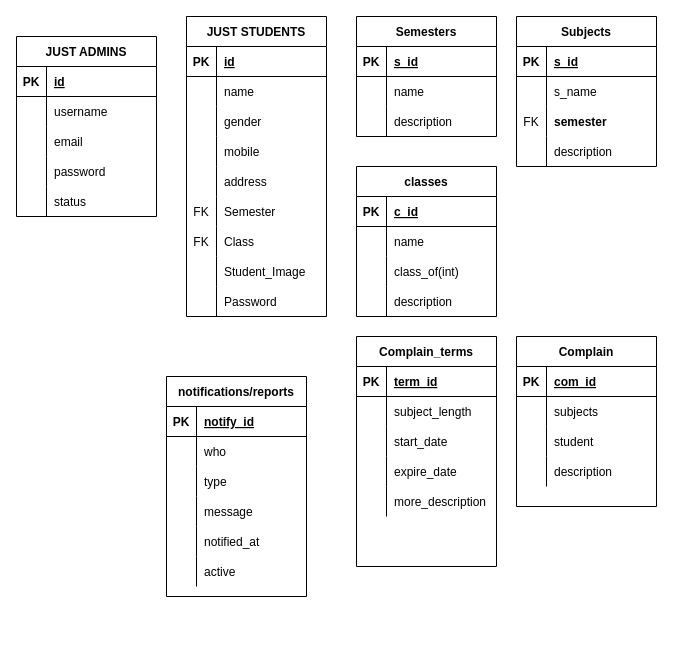
Earlier version of the draw.io diagram JUST EXAM COMPLIENCE.drawio (ENG-CJ/exam-complaining-app). Source tidied: cells renumbered, new cells numbered last; positions are measured from the earlier drawing's top-left corner, leaving out a move shared by most shapes. Both pictures are drawn from the tidied source at 100%, with x=0, y=0 at pixel (16, 16).
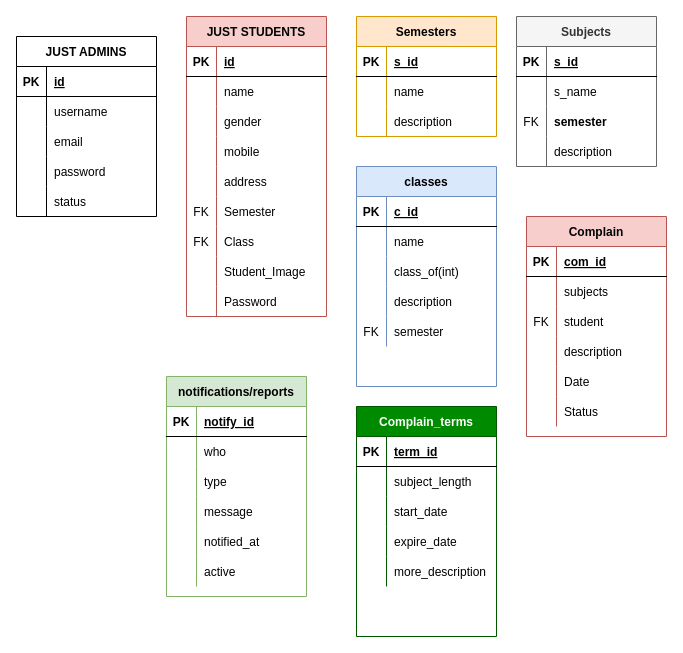
The same diagram, later.

Unchanged cells that the change refers to:
```xml
<mxCell id="76" style="shape=partialRectangle;fillColor=none;top=0;left=0;bottom=0;right=0;" parent="69" vertex="1">
  <mxGeometry y="90" width="140" height="30" as="geometry" />
</mxCell>
```

Change to the diagram source:
```diff
@@
-    <mxCell id="18" value="JUST STUDENTS" style="shape=table;startSize=30;childLayout=tableLayout;rowLines=0;fontStyle=1;align=center;" parent="1" vertex="1">
+    <mxCell id="18" value="JUST STUDENTS" style="shape=table;startSize=30;childLayout=tableLayout;rowLines=0;fontStyle=1;align=center;fillColor=#f8cecc;strokeColor=#b85450;" parent="1" vertex="1">
       <mxGeometry x="170" width="140" height="300" as="geometry" />
     </mxCell>
@@
-    <mxCell id="46" value="Semesters" style="shape=table;startSize=30;childLayout=tableLayout;rowLines=0;fontStyle=1;align=center;" parent="1" vertex="1">
+    <mxCell id="46" value="Semesters" style="shape=table;startSize=30;childLayout=tableLayout;rowLines=0;fontStyle=1;align=center;fillColor=#ffe6cc;strokeColor=#d79b00;" parent="1" vertex="1">
       <mxGeometry x="340" width="140" height="120" as="geometry" />
     </mxCell>
@@
-    <mxCell id="56" value="Subjects" style="shape=table;startSize=30;childLayout=tableLayout;rowLines=0;fontStyle=1;align=center;" parent="1" vertex="1">
+    <mxCell id="56" value="Subjects" style="shape=table;startSize=30;childLayout=tableLayout;rowLines=0;fontStyle=1;align=center;fillColor=#f5f5f5;strokeColor=#666666;fontColor=#333333;" parent="1" vertex="1">
       <mxGeometry x="500" width="140" height="150" as="geometry" />
     </mxCell>
@@
-    <mxCell id="69" value="Complain" style="shape=table;startSize=30;childLayout=tableLayout;rowLines=0;fontStyle=1;align=center;" parent="1" vertex="1">
-      <mxGeometry x="500" y="320" width="140" height="170" as="geometry" />
+    <mxCell id="69" value="Complain" style="shape=table;startSize=30;childLayout=tableLayout;rowLines=0;fontStyle=1;align=center;fillColor=#f8cecc;strokeColor=#b85450;" parent="1" vertex="1">
+      <mxGeometry x="510" y="200" width="140" height="220" as="geometry" />
     </mxCell>
@@
-    <mxCell id="77" style="shape=partialRectangle;fillColor=none;top=0;left=0;bottom=0;right=0;overflow=hidden;" parent="76" vertex="1">
+    <mxCell id="77" value="FK" style="shape=partialRectangle;fillColor=none;top=0;left=0;bottom=0;right=0;overflow=hidden;" parent="76" vertex="1">
       <mxGeometry width="30" height="30" as="geometry" />
     </mxCell>
@@
+    <mxCell id="130" style="shape=partialRectangle;fillColor=none;top=0;left=0;bottom=0;right=0;" parent="69" vertex="1">
+      <mxGeometry y="150" width="140" height="30" as="geometry" />
+    </mxCell>
+    <mxCell id="131" style="shape=partialRectangle;fillColor=none;top=0;left=0;bottom=0;right=0;overflow=hidden;" parent="130" vertex="1">
+      <mxGeometry width="30" height="30" as="geometry" />
+    </mxCell>
+    <mxCell id="132" value="Date" style="shape=partialRectangle;fillColor=none;top=0;left=0;bottom=0;right=0;align=left;spacingLeft=6;overflow=hidden;" parent="130" vertex="1">
+      <mxGeometry x="30" width="110" height="30" as="geometry" />
+    </mxCell>
+    <mxCell id="133" style="shape=partialRectangle;fillColor=none;top=0;left=0;bottom=0;right=0;" parent="69" vertex="1">
+      <mxGeometry y="180" width="140" height="30" as="geometry" />
+    </mxCell>
+    <mxCell id="134" style="shape=partialRectangle;fillColor=none;top=0;left=0;bottom=0;right=0;overflow=hidden;" parent="133" vertex="1">
+      <mxGeometry width="30" height="30" as="geometry" />
+    </mxCell>
+    <mxCell id="135" value="Status" style="shape=partialRectangle;fillColor=none;top=0;left=0;bottom=0;right=0;align=left;spacingLeft=6;overflow=hidden;" parent="133" vertex="1">
+      <mxGeometry x="30" width="110" height="30" as="geometry" />
+    </mxCell>
-    <mxCell id="82" value="classes" style="shape=table;startSize=30;childLayout=tableLayout;rowLines=0;fontStyle=1;align=center;" parent="1" vertex="1">
-      <mxGeometry x="340" y="150" width="140" height="150" as="geometry" />
+    <mxCell id="82" value="classes" style="shape=table;startSize=30;childLayout=tableLayout;rowLines=0;fontStyle=1;align=center;fillColor=#dae8fc;strokeColor=#6c8ebf;" parent="1" vertex="1">
+      <mxGeometry x="340" y="150" width="140" height="220" as="geometry" />
     </mxCell>
@@
+    <mxCell id="136" style="shape=partialRectangle;fillColor=none;top=0;left=0;bottom=0;right=0;" parent="82" vertex="1">
+      <mxGeometry y="150" width="140" height="30" as="geometry" />
+    </mxCell>
+    <mxCell id="137" value="FK" style="shape=partialRectangle;fillColor=none;top=0;left=0;bottom=0;right=0;overflow=hidden;" parent="136" vertex="1">
+      <mxGeometry width="30" height="30" as="geometry" />
+    </mxCell>
+    <mxCell id="138" value="semester" style="shape=partialRectangle;fillColor=none;top=0;left=0;bottom=0;right=0;align=left;spacingLeft=6;overflow=hidden;" parent="136" vertex="1">
+      <mxGeometry x="30" width="110" height="30" as="geometry" />
+    </mxCell>
-    <mxCell id="95" value="Complain_terms" style="shape=table;startSize=30;childLayout=tableLayout;rowLines=0;fontStyle=1;align=center;" parent="1" vertex="1">
-      <mxGeometry x="340" y="320" width="140" height="230" as="geometry" />
+    <mxCell id="95" value="Complain_terms" style="shape=table;startSize=30;childLayout=tableLayout;rowLines=0;fontStyle=1;align=center;fillColor=#008a00;strokeColor=#005700;fontColor=#ffffff;" parent="1" vertex="1">
+      <mxGeometry x="340" y="390" width="140" height="230" as="geometry" />
     </mxCell>
@@
-    <mxCell id="111" value="notifications/reports" style="shape=table;startSize=30;childLayout=tableLayout;rowLines=0;fontStyle=1;align=center;" parent="1" vertex="1">
+    <mxCell id="111" value="notifications/reports" style="shape=table;startSize=30;childLayout=tableLayout;rowLines=0;fontStyle=1;align=center;fillColor=#d5e8d4;strokeColor=#82b366;" parent="1" vertex="1">
       <mxGeometry x="150" y="360" width="140" height="220" as="geometry" />
     </mxCell>
```
